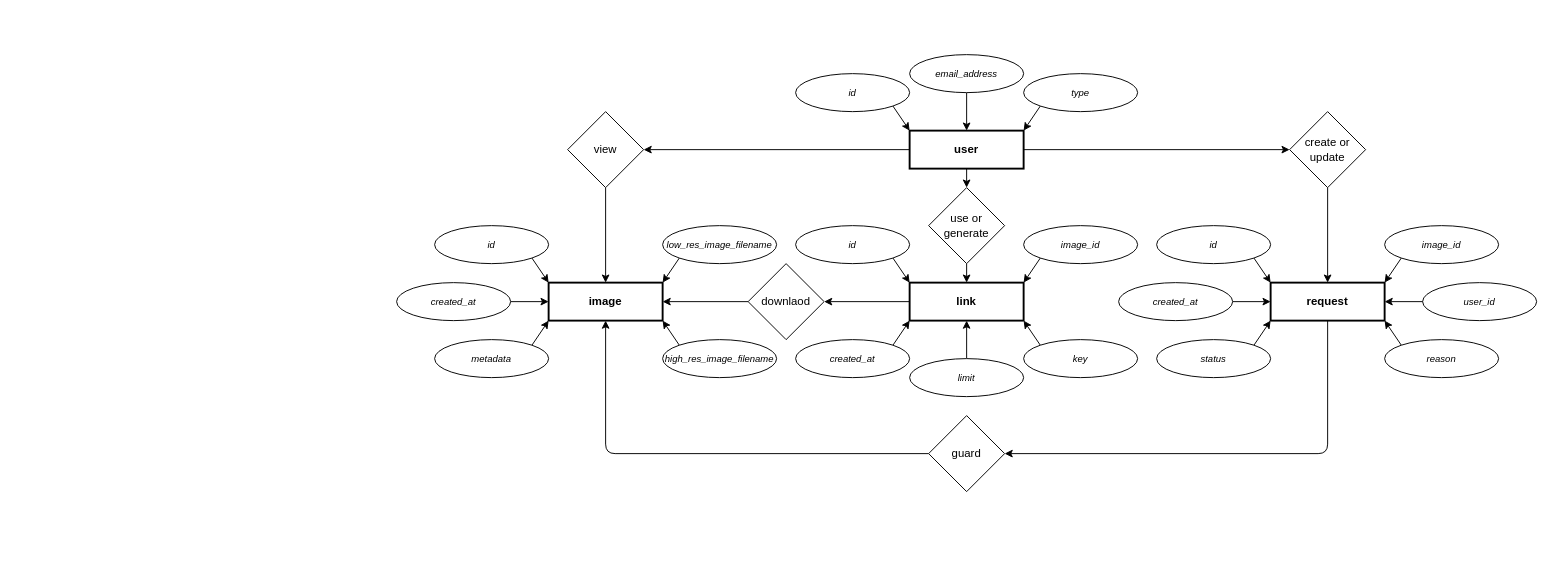
Earlier version of the draw.io diagram design/entity-relationship.drawio (ska-sa/images-hub). Source tidied: cells renumbered, new cells numbered last; positions are measured from the earlier drawing's top-left corner, leaving out a move shared by most shapes. Both pictures are drawn from the tidied source at 95%, with x=0, y=0 at pixel (396, 54).
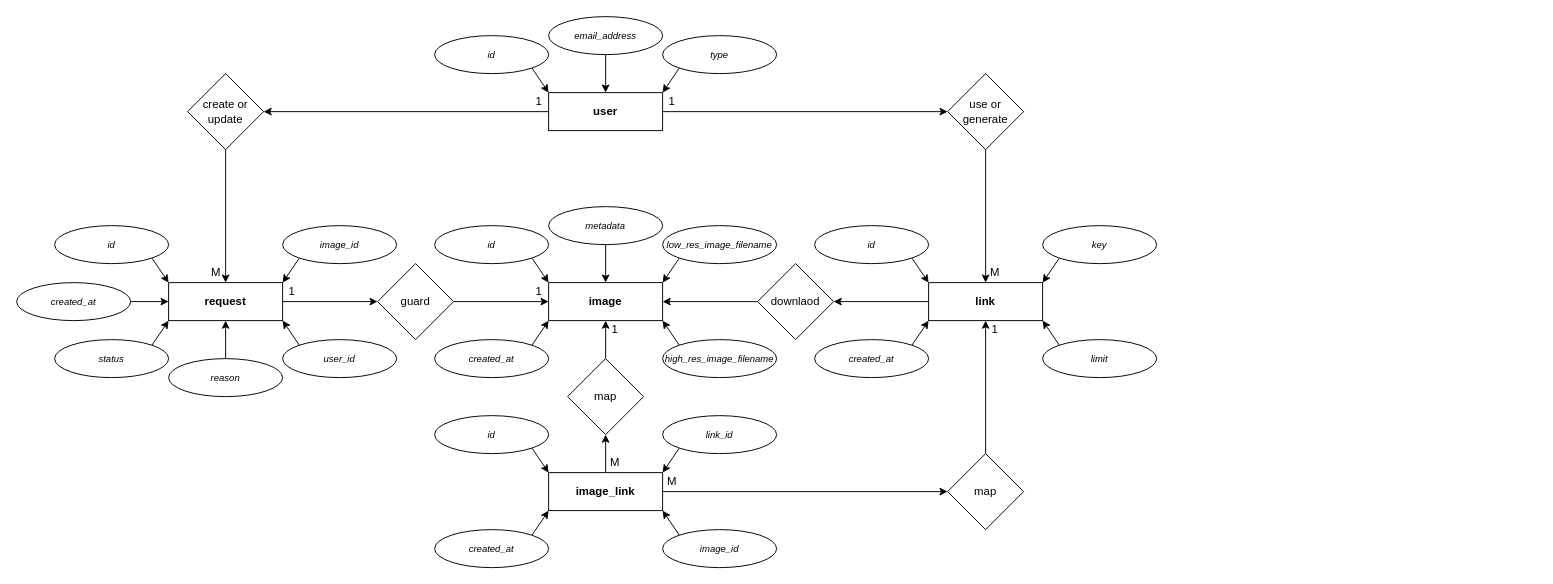
After the change.

Commit message:
Updated entity relationship diagram by adding a new image_link table that will allow generation of a download link for multiple images

The edit, as a diff of the source:
```diff
@@
-    <mxCell id="2" style="edgeStyle=none;html=1;exitX=0.5;exitY=1;exitDx=0;exitDy=0;entryX=1;entryY=0.5;entryDx=0;entryDy=0;" parent="1" edge="1" source="3" target="58">
-      <mxGeometry relative="1" as="geometry">
-        <Array as="points">
-          <mxPoint x="980" y="420" />
-        </Array>
-      </mxGeometry>
+    <mxCell id="2" style="edgeStyle=none;html=1;" parent="1" edge="1" source="3" target="58">
+      <mxGeometry relative="1" as="geometry" />
     </mxCell>
-    <mxCell id="3" value="request" style="rounded=0;whiteSpace=wrap;html=1;fontStyle=1;strokeWidth=2;" parent="1" vertex="1">
-      <mxGeometry x="920" y="240" width="120" height="40" as="geometry" />
+    <mxCell id="3" value="request" style="rounded=0;whiteSpace=wrap;html=1;fontStyle=1;strokeWidth=1;" parent="1" vertex="1">
+      <mxGeometry x="-240" y="240" width="120" height="40" as="geometry" />
     </mxCell>
-    <mxCell id="4" style="edgeStyle=none;html=1;exitX=0;exitY=0;exitDx=0;exitDy=0;entryX=1;entryY=1;entryDx=0;entryDy=0;startArrow=none;startFill=0;fontSize=10;" parent="1" edge="1" source="5" target="3">
+    <mxCell id="4" style="edgeStyle=none;html=1;exitX=0.5;exitY=0;exitDx=0;exitDy=0;entryX=0.5;entryY=1;entryDx=0;entryDy=0;startArrow=none;startFill=0;fontSize=10;" parent="1" edge="1" source="5" target="3">
       <mxGeometry relative="1" as="geometry" />
     </mxCell>
     <mxCell id="5" value="reason" style="ellipse;whiteSpace=wrap;html=1;fontStyle=2;fontSize=10;" parent="1" vertex="1">
-      <mxGeometry x="1040" y="300" width="120" height="40" as="geometry" />
+      <mxGeometry x="-240" y="320" width="120" height="40" as="geometry" />
     </mxCell>
     <mxCell id="6" value="user_id" style="ellipse;whiteSpace=wrap;html=1;fontStyle=2;fontSize=10;" parent="1" vertex="1">
-      <mxGeometry x="1080" y="240" width="120" height="40" as="geometry" />
+      <mxGeometry x="-120" y="300" width="120" height="40" as="geometry" />
     </mxCell>
@@
     <mxCell id="8" value="status" style="ellipse;whiteSpace=wrap;html=1;fontStyle=2;fontSize=10;" parent="1" vertex="1">
-      <mxGeometry x="800" y="300" width="120" height="40" as="geometry" />
+      <mxGeometry x="-360" y="300" width="120" height="40" as="geometry" />
     </mxCell>
@@
     <mxCell id="10" value="id" style="ellipse;whiteSpace=wrap;html=1;fontStyle=2;fontSize=10;" parent="1" vertex="1">
-      <mxGeometry x="800" y="180" width="120" height="40" as="geometry" />
+      <mxGeometry x="-360" y="180" width="120" height="40" as="geometry" />
     </mxCell>
@@
     <mxCell id="12" value="image_id" style="ellipse;whiteSpace=wrap;html=1;fontStyle=2;fontSize=10;" parent="1" vertex="1">
-      <mxGeometry x="1040" y="180" width="120" height="40" as="geometry" />
+      <mxGeometry x="-120" y="180" width="120" height="40" as="geometry" />
     </mxCell>
@@
     <mxCell id="14" value="create or&lt;div&gt;update&lt;/div&gt;" style="rhombus;whiteSpace=wrap;html=1;" parent="1" vertex="1">
-      <mxGeometry x="940" y="60" width="80" height="80" as="geometry" />
+      <mxGeometry x="-220" y="20" width="80" height="80" as="geometry" />
     </mxCell>
-    <mxCell id="15" style="edgeStyle=none;html=1;exitX=1;exitY=0.5;exitDx=0;exitDy=0;fontSize=10;" parent="1" edge="1" source="18" target="14">
+    <mxCell id="15" style="edgeStyle=none;html=1;exitX=0;exitY=0.5;exitDx=0;exitDy=0;entryX=1;entryY=0.5;entryDx=0;entryDy=0;" parent="1" edge="1" source="18" target="14">
       <mxGeometry relative="1" as="geometry" />
     </mxCell>
-    <mxCell id="16" style="edgeStyle=none;html=1;exitX=0;exitY=0.5;exitDx=0;exitDy=0;entryX=1;entryY=0.5;entryDx=0;entryDy=0;fontSize=10;" parent="1" edge="1" source="18" target="43">
-      <mxGeometry relative="1" as="geometry" />
-    </mxCell>
-    <mxCell id="17" style="edgeStyle=none;html=1;exitX=0.5;exitY=1;exitDx=0;exitDy=0;entryX=0.5;entryY=0;entryDx=0;entryDy=0;" parent="1" edge="1" source="18" target="52">
+    <mxCell id="17" style="edgeStyle=none;html=1;exitX=1;exitY=0.5;exitDx=0;exitDy=0;entryX=0;entryY=0.5;entryDx=0;entryDy=0;" parent="1" edge="1" source="18" target="52">
       <mxGeometry relative="1" as="geometry" />
     </mxCell>
-    <mxCell id="18" value="user" style="rounded=0;whiteSpace=wrap;html=1;fontStyle=1;strokeWidth=2;" parent="1" vertex="1">
-      <mxGeometry x="540" y="80" width="120" height="40" as="geometry" />
+    <mxCell id="18" value="user" style="rounded=0;whiteSpace=wrap;html=1;fontStyle=1;strokeWidth=1;" parent="1" vertex="1">
+      <mxGeometry x="160" y="40" width="120" height="40" as="geometry" />
     </mxCell>
@@
     <mxCell id="20" value="id" style="ellipse;whiteSpace=wrap;html=1;fontStyle=2;fontSize=10;" parent="1" vertex="1">
-      <mxGeometry x="420" y="20" width="120" height="40" as="geometry" />
+      <mxGeometry x="40" y="-20" width="120" height="40" as="geometry" />
     </mxCell>
@@
     <mxCell id="22" value="type" style="ellipse;whiteSpace=wrap;html=1;fontStyle=2;fontSize=10;" parent="1" vertex="1">
-      <mxGeometry x="660" y="20" width="120" height="40" as="geometry" />
+      <mxGeometry x="280" y="-20" width="120" height="40" as="geometry" />
     </mxCell>
-    <mxCell id="23" value="image" style="rounded=0;whiteSpace=wrap;html=1;fontStyle=1;strokeWidth=2;" parent="1" vertex="1">
+    <mxCell id="23" value="image" style="rounded=0;whiteSpace=wrap;html=1;fontStyle=1;strokeWidth=1;" parent="1" vertex="1">
       <mxGeometry x="160" y="240" width="120" height="40" as="geometry" />
     </mxCell>
@@
-    <mxCell id="30" style="edgeStyle=none;html=1;exitX=1;exitY=0.5;exitDx=0;exitDy=0;entryX=0;entryY=0.5;entryDx=0;entryDy=0;fontSize=10;" parent="1" edge="1" source="31" target="23">
-      <mxGeometry relative="1" as="geometry" />
-    </mxCell>
-    <mxCell id="31" value="created_at" style="ellipse;whiteSpace=wrap;html=1;fontStyle=2;fontSize=10;" parent="1" vertex="1">
-      <mxGeometry y="240" width="120" height="40" as="geometry" />
-    </mxCell>
@@
-    <mxCell id="33" value="link" style="rounded=0;whiteSpace=wrap;html=1;fontStyle=1;strokeWidth=2;" parent="1" vertex="1">
-      <mxGeometry x="540" y="240" width="120" height="40" as="geometry" />
+    <mxCell id="33" value="link" style="rounded=0;whiteSpace=wrap;html=1;fontStyle=1;strokeWidth=1;" parent="1" vertex="1">
+      <mxGeometry x="560" y="240" width="120" height="40" as="geometry" />
     </mxCell>
@@
     <mxCell id="35" value="id" style="ellipse;whiteSpace=wrap;html=1;fontStyle=2;fontSize=10;" parent="1" vertex="1">
-      <mxGeometry x="420" y="180" width="120" height="40" as="geometry" />
+      <mxGeometry x="440" y="180" width="120" height="40" as="geometry" />
     </mxCell>
-    <mxCell id="36" style="rounded=0;jettySize=auto;html=1;exitX=0;exitY=1;exitDx=0;exitDy=0;entryX=1;entryY=0;entryDx=0;entryDy=0;fontSize=10;" parent="1" edge="1" source="37" target="33">
-      <mxGeometry relative="1" as="geometry" />
-    </mxCell>
-    <mxCell id="37" value="image_id" style="ellipse;whiteSpace=wrap;html=1;fontStyle=2;fontSize=10;" parent="1" vertex="1">
-      <mxGeometry x="660" y="180" width="120" height="40" as="geometry" />
-    </mxCell>
-    <mxCell id="38" style="rounded=0;jettySize=auto;html=1;exitX=0;exitY=0;exitDx=0;exitDy=0;entryX=1;entryY=1;entryDx=0;entryDy=0;fontSize=10;" parent="1" edge="1" source="39" target="33">
+    <mxCell id="38" style="edgeStyle=none;html=1;exitX=0;exitY=1;exitDx=0;exitDy=0;entryX=1;entryY=0;entryDx=0;entryDy=0;" parent="1" edge="1" source="39" target="33">
       <mxGeometry relative="1" as="geometry" />
     </mxCell>
     <mxCell id="39" value="key" style="ellipse;whiteSpace=wrap;html=1;fontStyle=2;fontSize=10;" parent="1" vertex="1">
-      <mxGeometry x="660" y="300" width="120" height="40" as="geometry" />
+      <mxGeometry x="680" y="180" width="120" height="40" as="geometry" />
     </mxCell>
@@
     <mxCell id="41" value="created_at" style="ellipse;whiteSpace=wrap;html=1;fontStyle=2;fontSize=10;" parent="1" vertex="1">
-      <mxGeometry x="420" y="300" width="120" height="40" as="geometry" />
+      <mxGeometry x="440" y="300" width="120" height="40" as="geometry" />
     </mxCell>
-    <mxCell id="42" style="edgeStyle=none;html=1;exitX=0.5;exitY=1;exitDx=0;exitDy=0;entryX=0.5;entryY=0;entryDx=0;entryDy=0;fontSize=10;" parent="1" edge="1" source="43" target="23">
-      <mxGeometry relative="1" as="geometry" />
-    </mxCell>
-    <mxCell id="43" value="view" style="rhombus;whiteSpace=wrap;html=1;" parent="1" vertex="1">
-      <mxGeometry x="180" y="60" width="80" height="80" as="geometry" />
-    </mxCell>
@@
-    <mxCell id="45" value="metadata" style="ellipse;whiteSpace=wrap;html=1;fontStyle=2;fontSize=10;" parent="1" vertex="1">
+    <mxCell id="45" value="&lt;span style=&quot;color: rgb(0, 0, 0);&quot;&gt;created_at&lt;/span&gt;" style="ellipse;whiteSpace=wrap;html=1;fontStyle=2;fontSize=10;" parent="1" vertex="1">
       <mxGeometry x="40" y="300" width="120" height="40" as="geometry" />
     </mxCell>
-    <mxCell id="46" style="edgeStyle=none;html=1;exitX=0;exitY=0.5;exitDx=0;exitDy=0;entryX=1;entryY=0.5;entryDx=0;entryDy=0;fontSize=10;" parent="1" edge="1" source="6" target="3">
+    <mxCell id="46" style="edgeStyle=none;html=1;exitX=0;exitY=0;exitDx=0;exitDy=0;entryX=1;entryY=1;entryDx=0;entryDy=0;fontSize=10;" parent="1" edge="1" source="6" target="3">
       <mxGeometry relative="1" as="geometry" />
     </mxCell>
@@
     <mxCell id="48" value="downlaod" style="rhombus;whiteSpace=wrap;html=1;" parent="1" vertex="1">
-      <mxGeometry x="370" y="220" width="80" height="80" as="geometry" />
+      <mxGeometry x="380" y="220" width="80" height="80" as="geometry" />
     </mxCell>
-    <mxCell id="49" style="edgeStyle=none;html=1;exitX=0.5;exitY=0;exitDx=0;exitDy=0;entryX=0.5;entryY=1;entryDx=0;entryDy=0;" parent="1" edge="1" source="50" target="33">
+    <mxCell id="49" style="edgeStyle=none;html=1;exitX=0;exitY=0;exitDx=0;exitDy=0;entryX=1;entryY=1;entryDx=0;entryDy=0;" parent="1" edge="1" source="50" target="33">
       <mxGeometry relative="1" as="geometry" />
     </mxCell>
     <mxCell id="50" value="limit" style="ellipse;whiteSpace=wrap;html=1;fontStyle=2;fontSize=10;" parent="1" vertex="1">
-      <mxGeometry x="540" y="320" width="120" height="40" as="geometry" />
+      <mxGeometry x="680" y="300" width="120" height="40" as="geometry" />
     </mxCell>
@@
-    <mxCell id="52" value="use or&lt;div&gt;generate&lt;/div&gt;" style="rhombus;whiteSpace=wrap;html=1;" parent="1" vertex="1">
-      <mxGeometry x="560" y="140" width="80" height="80" as="geometry" />
+    <mxCell id="52" value="&lt;font style=&quot;color: rgb(0, 0, 0);&quot;&gt;use or&lt;/font&gt;&lt;div&gt;&lt;font style=&quot;color: rgb(0, 0, 0);&quot;&gt;generate&lt;/font&gt;&lt;/div&gt;" style="rhombus;whiteSpace=wrap;html=1;" parent="1" vertex="1">
+      <mxGeometry x="580" y="20" width="80" height="80" as="geometry" />
     </mxCell>
@@
     <mxCell id="54" value="email_address" style="ellipse;whiteSpace=wrap;html=1;fontStyle=2;fontSize=10;" parent="1" vertex="1">
-      <mxGeometry x="540" width="120" height="40" as="geometry" />
+      <mxGeometry x="160" y="-40" width="120" height="40" as="geometry" />
     </mxCell>
@@
     <mxCell id="56" value="created_at" style="ellipse;whiteSpace=wrap;html=1;fontStyle=2;fontSize=10;" parent="1" vertex="1">
-      <mxGeometry x="760" y="240" width="120" height="40" as="geometry" />
+      <mxGeometry x="-400" y="240" width="120" height="40" as="geometry" />
     </mxCell>
-    <mxCell id="57" style="edgeStyle=none;html=1;exitX=0;exitY=0.5;exitDx=0;exitDy=0;entryX=0.5;entryY=1;entryDx=0;entryDy=0;" parent="1" edge="1" source="58" target="23">
-      <mxGeometry relative="1" as="geometry">
-        <Array as="points">
-          <mxPoint x="220" y="420" />
-        </Array>
-      </mxGeometry>
+    <mxCell id="57" style="edgeStyle=none;html=1;entryX=0;entryY=0.5;entryDx=0;entryDy=0;" parent="1" edge="1" source="58" target="23">
+      <mxGeometry relative="1" as="geometry" />
     </mxCell>
     <mxCell id="58" value="guard" style="rhombus;whiteSpace=wrap;html=1;" parent="1" vertex="1">
-      <mxGeometry x="560" y="380" width="80" height="80" as="geometry" />
+      <mxGeometry x="-20" y="220" width="80" height="80" as="geometry" />
     </mxCell>
+    <mxCell id="59" style="edgeStyle=none;html=1;" parent="1" edge="1" source="61" target="71">
+      <mxGeometry relative="1" as="geometry" />
+    </mxCell>
+    <mxCell id="60" style="edgeStyle=none;html=1;exitX=0.5;exitY=0;exitDx=0;exitDy=0;entryX=0.5;entryY=1;entryDx=0;entryDy=0;" parent="1" edge="1" source="61" target="69">
+      <mxGeometry relative="1" as="geometry" />
+    </mxCell>
+    <mxCell id="61" value="image_link" style="rounded=0;whiteSpace=wrap;html=1;fontStyle=1;strokeWidth=1;" parent="1" vertex="1">
+      <mxGeometry x="160" y="440" width="120" height="40" as="geometry" />
+    </mxCell>
+    <mxCell id="62" style="edgeStyle=none;html=1;exitX=1;exitY=1;exitDx=0;exitDy=0;entryX=0;entryY=0;entryDx=0;entryDy=0;" parent="1" edge="1" source="63" target="61">
+      <mxGeometry relative="1" as="geometry" />
+    </mxCell>
+    <mxCell id="63" value="id" style="ellipse;whiteSpace=wrap;html=1;fontStyle=2;fontSize=10;" parent="1" vertex="1">
+      <mxGeometry x="40" y="380" width="120" height="40" as="geometry" />
+    </mxCell>
+    <mxCell id="64" style="edgeStyle=none;html=1;exitX=1;exitY=0;exitDx=0;exitDy=0;entryX=0;entryY=1;entryDx=0;entryDy=0;" parent="1" edge="1" source="31" target="61">
+      <mxGeometry relative="1" as="geometry" />
+    </mxCell>
+    <mxCell id="31" value="created_at" style="ellipse;whiteSpace=wrap;html=1;fontStyle=2;fontSize=10;" parent="1" vertex="1">
+      <mxGeometry x="40" y="500" width="120" height="40" as="geometry" />
+    </mxCell>
+    <mxCell id="65" style="edgeStyle=none;html=1;exitX=0;exitY=1;exitDx=0;exitDy=0;entryX=1;entryY=0;entryDx=0;entryDy=0;" parent="1" edge="1" source="66" target="61">
+      <mxGeometry relative="1" as="geometry" />
+    </mxCell>
+    <mxCell id="66" value="link_id" style="ellipse;whiteSpace=wrap;html=1;fontStyle=2;fontSize=10;" parent="1" vertex="1">
+      <mxGeometry x="280" y="380" width="120" height="40" as="geometry" />
+    </mxCell>
+    <mxCell id="67" style="edgeStyle=none;html=1;exitX=0;exitY=0;exitDx=0;exitDy=0;entryX=1;entryY=1;entryDx=0;entryDy=0;" parent="1" edge="1" source="37" target="61">
+      <mxGeometry relative="1" as="geometry" />
+    </mxCell>
+    <mxCell id="37" value="image_id" style="ellipse;whiteSpace=wrap;html=1;fontStyle=2;fontSize=10;" parent="1" vertex="1">
+      <mxGeometry x="280" y="500" width="120" height="40" as="geometry" />
+    </mxCell>
+    <mxCell id="68" style="edgeStyle=none;html=1;exitX=0.5;exitY=0;exitDx=0;exitDy=0;entryX=0.5;entryY=1;entryDx=0;entryDy=0;" parent="1" edge="1" source="69" target="23">
+      <mxGeometry relative="1" as="geometry" />
+    </mxCell>
+    <mxCell id="69" value="map" style="rhombus;whiteSpace=wrap;html=1;" parent="1" vertex="1">
+      <mxGeometry x="180" y="320" width="80" height="80" as="geometry" />
+    </mxCell>
+    <mxCell id="70" style="edgeStyle=none;html=1;exitX=0.5;exitY=0;exitDx=0;exitDy=0;entryX=0.5;entryY=1;entryDx=0;entryDy=0;" parent="1" edge="1" source="71" target="33">
+      <mxGeometry relative="1" as="geometry" />
+    </mxCell>
+    <mxCell id="71" value="map" style="rhombus;whiteSpace=wrap;html=1;" parent="1" vertex="1">
+      <mxGeometry x="580" y="420" width="80" height="80" as="geometry" />
+    </mxCell>
+    <mxCell id="72" style="edgeStyle=none;html=1;exitX=0.5;exitY=1;exitDx=0;exitDy=0;entryX=0.5;entryY=0;entryDx=0;entryDy=0;" parent="1" edge="1" source="73" target="23">
+      <mxGeometry relative="1" as="geometry" />
+    </mxCell>
+    <mxCell id="73" value="metadata" style="ellipse;whiteSpace=wrap;html=1;fontStyle=2;fontSize=10;" parent="1" vertex="1">
+      <mxGeometry x="160" y="160" width="120" height="40" as="geometry" />
+    </mxCell>
+    <mxCell id="74" value="1" style="rounded=0;whiteSpace=wrap;html=1;strokeColor=none;fillColor=none;" parent="1" vertex="1">
+      <mxGeometry x="140" y="40" width="20" height="20" as="geometry" />
+    </mxCell>
+    <mxCell id="75" value="M" style="rounded=0;whiteSpace=wrap;html=1;strokeColor=none;fillColor=none;" parent="1" vertex="1">
+      <mxGeometry x="-200" y="220" width="20" height="20" as="geometry" />
+    </mxCell>
+    <mxCell id="76" value="1" style="rounded=0;whiteSpace=wrap;html=1;strokeColor=none;fillColor=none;" parent="1" vertex="1">
+      <mxGeometry x="-120" y="240" width="20" height="20" as="geometry" />
+    </mxCell>
+    <mxCell id="77" value="1" style="rounded=0;whiteSpace=wrap;html=1;strokeColor=none;fillColor=none;" parent="1" vertex="1">
+      <mxGeometry x="140" y="240" width="20" height="20" as="geometry" />
+    </mxCell>
+    <mxCell id="78" value="1" style="rounded=0;whiteSpace=wrap;html=1;strokeColor=none;fillColor=none;" parent="1" vertex="1">
+      <mxGeometry x="280" y="40" width="20" height="20" as="geometry" />
+    </mxCell>
+    <mxCell id="79" value="M" style="rounded=0;whiteSpace=wrap;html=1;strokeColor=none;fillColor=none;" parent="1" vertex="1">
+      <mxGeometry x="620" y="220" width="20" height="20" as="geometry" />
+    </mxCell>
+    <mxCell id="80" value="1" style="rounded=0;whiteSpace=wrap;html=1;strokeColor=none;fillColor=none;" parent="1" vertex="1">
+      <mxGeometry x="620" y="280" width="20" height="20" as="geometry" />
+    </mxCell>
+    <mxCell id="81" value="M" style="rounded=0;whiteSpace=wrap;html=1;strokeColor=none;fillColor=none;" parent="1" vertex="1">
+      <mxGeometry x="280" y="440" width="20" height="20" as="geometry" />
+    </mxCell>
+    <mxCell id="82" value="M" style="rounded=0;whiteSpace=wrap;html=1;strokeColor=none;fillColor=none;" parent="1" vertex="1">
+      <mxGeometry x="220" y="420" width="20" height="20" as="geometry" />
+    </mxCell>
+    <mxCell id="83" value="1" style="rounded=0;whiteSpace=wrap;html=1;strokeColor=none;fillColor=none;" parent="1" vertex="1">
+      <mxGeometry x="220" y="280" width="20" height="20" as="geometry" />
+    </mxCell>
```
